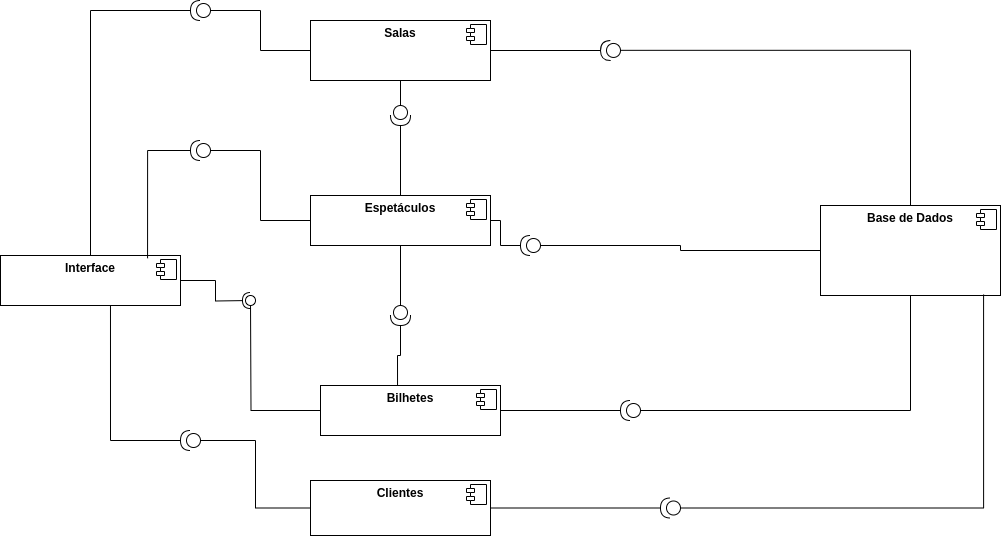
Above: UML_Componentes.drawio.png in leorsd/ESOF_UML (draw.io), before the change. Source tidied: cells renumbered, new cells last; positions are measured from the earlier drawing's top-left corner, leaving out a move shared by most shapes.
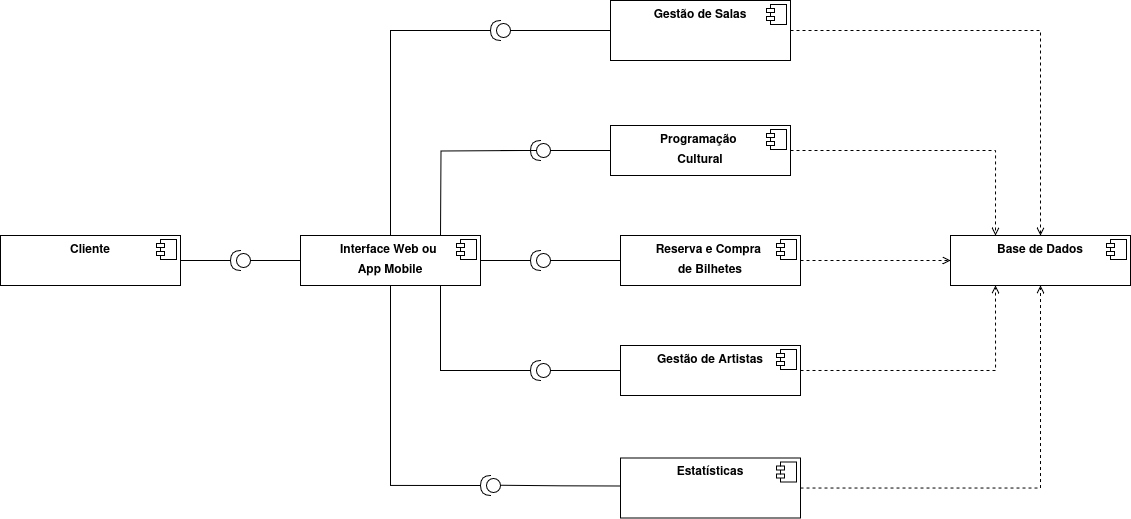
Above is the later version.

Change to the diagram source:
```diff
@@ -2,7 +2,7 @@
   <root>
     <mxCell id="0" />
     <mxCell id="1" parent="0" />
-    <mxCell id="2" value="&lt;p style=&quot;margin:0px;margin-top:6px;text-align:center;&quot;&gt;&lt;b&gt;Interface&lt;/b&gt;&lt;/p&gt;" style="align=left;overflow=fill;html=1;whiteSpace=wrap;" parent="1" vertex="1">
+    <mxCell id="2" value="&lt;p style=&quot;margin:0px;margin-top:6px;text-align:center;&quot;&gt;&lt;b&gt;Interface Web ou&amp;nbsp;&lt;/b&gt;&lt;/p&gt;&lt;p style=&quot;margin:0px;margin-top:6px;text-align:center;&quot;&gt;&lt;b&gt;App Mobile&lt;/b&gt;&lt;/p&gt;" style="align=left;overflow=fill;html=1;whiteSpace=wrap;" parent="1" vertex="1">
       <mxGeometry y="255" width="180" height="50" as="geometry" />
     </mxCell>
     <mxCell id="3" style="shape=component;jettyWidth=8;jettyHeight=4;" parent="2" vertex="1">
@@ -11,38 +11,39 @@
       </mxGeometry>
     </mxCell>
     <mxCell id="4" value="&lt;p style=&quot;margin:0px;margin-top:6px;text-align:center;&quot;&gt;&lt;b&gt;Base de Dados&lt;/b&gt;&lt;/p&gt;" style="align=left;overflow=fill;html=1;whiteSpace=wrap;" parent="1" vertex="1">
-      <mxGeometry x="820" y="205" width="180" height="90" as="geometry" />
+      <mxGeometry x="650" y="255" width="180" height="50" as="geometry" />
     </mxCell>
     <mxCell id="5" style="shape=component;jettyWidth=8;jettyHeight=4;" parent="4" vertex="1">
       <mxGeometry x="1" width="20" height="20" relative="1" as="geometry">
         <mxPoint x="-24" y="4" as="offset" />
       </mxGeometry>
     </mxCell>
+    <mxCell id="47" style="edgeStyle=orthogonalEdgeStyle;rounded=0;jettySize=auto;html=1;entryX=0;entryY=0.5;entryDx=0;entryDy=0;dashed=1;endArrow=open;endFill=0;" parent="1" edge="1" source="6" target="4">
+      <mxGeometry relative="1" as="geometry" />
+    </mxCell>
-    <mxCell id="6" value="&lt;p style=&quot;margin:0px;margin-top:6px;text-align:center;&quot;&gt;&lt;b&gt;Bilhetes&lt;/b&gt;&lt;/p&gt;" style="align=left;overflow=fill;html=1;whiteSpace=wrap;" parent="1" vertex="1">
-      <mxGeometry x="320" y="385" width="180" height="50" as="geometry" />
+    <mxCell id="6" value="&lt;p style=&quot;margin:0px;margin-top:6px;text-align:center;&quot;&gt;&lt;b&gt;Reserva e Compra&amp;nbsp;&lt;/b&gt;&lt;/p&gt;&lt;p style=&quot;margin:0px;margin-top:6px;text-align:center;&quot;&gt;&lt;b&gt;de Bilhetes&lt;/b&gt;&lt;/p&gt;" style="align=left;overflow=fill;html=1;whiteSpace=wrap;" parent="1" vertex="1">
+      <mxGeometry x="320" y="255" width="180" height="50" as="geometry" />
     </mxCell>
     <mxCell id="7" style="shape=component;jettyWidth=8;jettyHeight=4;" parent="6" vertex="1">
       <mxGeometry x="1" width="20" height="20" relative="1" as="geometry">
         <mxPoint x="-24" y="4" as="offset" />
       </mxGeometry>
     </mxCell>
-    <mxCell id="8" value="&lt;p style=&quot;margin:0px;margin-top:6px;text-align:center;&quot;&gt;&lt;b&gt;Clientes&lt;/b&gt;&lt;/p&gt;" style="align=left;overflow=fill;html=1;whiteSpace=wrap;" parent="1" vertex="1">
-      <mxGeometry x="310" y="480" width="180" height="55" as="geometry" />
-    </mxCell>
-    <mxCell id="9" style="shape=component;jettyWidth=8;jettyHeight=4;" parent="8" vertex="1">
-      <mxGeometry x="1" width="20" height="20" relative="1" as="geometry">
-        <mxPoint x="-24" y="4" as="offset" />
-      </mxGeometry>
-    </mxCell>
+    <mxCell id="48" style="edgeStyle=orthogonalEdgeStyle;rounded=0;jettySize=auto;html=1;entryX=0.25;entryY=0;entryDx=0;entryDy=0;dashed=1;endArrow=open;endFill=0;" parent="1" edge="1" source="10" target="4">
+      <mxGeometry relative="1" as="geometry" />
+    </mxCell>
-    <mxCell id="10" value="&lt;p style=&quot;margin:0px;margin-top:6px;text-align:center;&quot;&gt;&lt;b&gt;Espetáculos&lt;/b&gt;&lt;/p&gt;" style="align=left;overflow=fill;html=1;whiteSpace=wrap;" parent="1" vertex="1">
-      <mxGeometry x="310" y="195" width="180" height="50" as="geometry" />
+    <mxCell id="10" value="&lt;p style=&quot;margin:0px;margin-top:6px;text-align:center;&quot;&gt;&lt;b&gt;Programação&amp;nbsp;&lt;/b&gt;&lt;/p&gt;&lt;p style=&quot;margin:0px;margin-top:6px;text-align:center;&quot;&gt;&lt;b&gt;Cultural&lt;/b&gt;&lt;/p&gt;" style="align=left;overflow=fill;html=1;whiteSpace=wrap;" parent="1" vertex="1">
+      <mxGeometry x="310" y="145" width="180" height="50" as="geometry" />
     </mxCell>
     <mxCell id="11" style="shape=component;jettyWidth=8;jettyHeight=4;" parent="10" vertex="1">
       <mxGeometry x="1" width="20" height="20" relative="1" as="geometry">
         <mxPoint x="-24" y="4" as="offset" />
       </mxGeometry>
     </mxCell>
+    <mxCell id="49" style="edgeStyle=orthogonalEdgeStyle;rounded=0;jettySize=auto;html=1;entryX=0.5;entryY=0;entryDx=0;entryDy=0;dashed=1;endArrow=open;endFill=0;" parent="1" edge="1" source="12" target="4">
+      <mxGeometry relative="1" as="geometry" />
+    </mxCell>
-    <mxCell id="12" value="&lt;p style=&quot;margin:0px;margin-top:6px;text-align:center;&quot;&gt;&lt;b&gt;Salas&lt;/b&gt;&lt;/p&gt;" style="align=left;overflow=fill;html=1;whiteSpace=wrap;" parent="1" vertex="1">
+    <mxCell id="12" value="&lt;p style=&quot;margin:0px;margin-top:6px;text-align:center;&quot;&gt;&lt;b&gt;Gestão de Salas&lt;/b&gt;&lt;/p&gt;" style="align=left;overflow=fill;html=1;whiteSpace=wrap;" parent="1" vertex="1">
       <mxGeometry x="310" y="20" width="180" height="60" as="geometry" />
     </mxCell>
     <mxCell id="13" style="shape=component;jettyWidth=8;jettyHeight=4;" parent="12" vertex="1">
@@ -50,16 +51,6 @@
         <mxPoint x="-24" y="4" as="offset" />
       </mxGeometry>
     </mxCell>
-    <mxCell id="14" style="rounded=0;jettySize=auto;html=1;endArrow=halfCircle;endFill=0;endSize=6;strokeWidth=1;sketch=0;exitX=1;exitY=0.5;exitDx=0;exitDy=0;edgeStyle=orthogonalEdgeStyle;" parent="1" edge="1" source="2">
-      <mxGeometry relative="1" as="geometry">
-        <mxPoint x="250" y="300" as="targetPoint" />
-      </mxGeometry>
-    </mxCell>
-    <mxCell id="15" style="rounded=0;jettySize=auto;html=1;endArrow=oval;endFill=0;sketch=0;sourcePerimeterSpacing=0;targetPerimeterSpacing=0;endSize=10;edgeStyle=orthogonalEdgeStyle;" parent="1" edge="1" source="6">
-      <mxGeometry relative="1" as="geometry">
-        <mxPoint x="250" y="300" as="targetPoint" />
-      </mxGeometry>
-    </mxCell>
     <mxCell id="16" style="ellipse;whiteSpace=wrap;html=1;align=center;fillColor=none;strokeColor=none;perimeter=centerPerimeter;" parent="1" vertex="1">
       <mxGeometry x="300" y="335" width="10" height="10" as="geometry" />
     </mxCell>
@@ -69,89 +60,131 @@
     <mxCell id="18" style="ellipse;whiteSpace=wrap;html=1;align=center;fillColor=none;strokeColor=none;perimeter=centerPerimeter;" parent="1" vertex="1">
       <mxGeometry x="320" y="355" width="10" height="10" as="geometry" />
     </mxCell>
-    <mxCell id="19" style="ellipse;whiteSpace=wrap;html=1;align=center;fillColor=none;strokeColor=none;perimeter=centerPerimeter;" parent="1" vertex="1">
-      <mxGeometry x="270" y="420" width="10" height="10" as="geometry" />
-    </mxCell>
-    <mxCell id="20" style="edgeStyle=orthogonalEdgeStyle;rounded=0;jettySize=auto;html=1;endArrow=none;startFill=0;entryX=0;entryY=0.5;entryDx=0;entryDy=0;" parent="1" edge="1" source="21" target="8">
-      <mxGeometry relative="1" as="geometry" />
-    </mxCell>
-    <mxCell id="21" style="shape=providedRequiredInterface;html=1;verticalLabelPosition=bottom;sketch=0;rotation=-180;" parent="1" vertex="1">
-      <mxGeometry x="180" y="430" width="20" height="20" as="geometry" />
-    </mxCell>
-    <mxCell id="22" style="edgeStyle=orthogonalEdgeStyle;rounded=0;jettySize=auto;html=1;entryX=0.611;entryY=1;entryDx=0;entryDy=0;entryPerimeter=0;exitX=1;exitY=0.5;exitDx=0;exitDy=0;exitPerimeter=0;endArrow=none;startFill=0;" parent="1" edge="1" source="21" target="2">
-      <mxGeometry relative="1" as="geometry" />
+    <mxCell id="22" style="edgeStyle=orthogonalEdgeStyle;rounded=0;jettySize=auto;html=1;entryX=0.611;entryY=1;entryDx=0;entryDy=0;entryPerimeter=0;endArrow=none;startFill=0;exitX=1;exitY=0.5;exitDx=0;exitDy=0;exitPerimeter=0;" parent="1" edge="1" source="21">
+      <mxGeometry relative="1" as="geometry">
+        <mxPoint x="90" y="305" as="targetPoint" />
+        <Array as="points">
+          <mxPoint x="90" y="505" />
+        </Array>
+      </mxGeometry>
     </mxCell>
     <mxCell id="23" style="edgeStyle=orthogonalEdgeStyle;rounded=0;jettySize=auto;html=1;entryX=0;entryY=0.5;entryDx=0;entryDy=0;endArrow=none;startFill=0;" parent="1" edge="1" source="25" target="12">
       <mxGeometry relative="1" as="geometry" />
     </mxCell>
     <mxCell id="24" style="edgeStyle=orthogonalEdgeStyle;rounded=0;jettySize=auto;html=1;endArrow=none;startFill=0;" parent="1" edge="1" source="25" target="2">
-      <mxGeometry relative="1" as="geometry" />
+      <mxGeometry relative="1" as="geometry">
+        <Array as="points">
+          <mxPoint x="90" y="50" />
+        </Array>
+      </mxGeometry>
     </mxCell>
     <mxCell id="25" style="shape=providedRequiredInterface;html=1;verticalLabelPosition=bottom;sketch=0;rotation=-180;" parent="1" vertex="1">
-      <mxGeometry x="190" width="20" height="20" as="geometry" />
+      <mxGeometry x="190" y="40" width="20" height="20" as="geometry" />
     </mxCell>
-    <mxCell id="26" style="edgeStyle=orthogonalEdgeStyle;rounded=0;jettySize=auto;html=1;entryX=0;entryY=0.5;entryDx=0;entryDy=0;endArrow=none;startFill=0;" parent="1" edge="1" source="27" target="10">
-      <mxGeometry relative="1" as="geometry" />
+    <mxCell id="26" style="edgeStyle=orthogonalEdgeStyle;rounded=0;jettySize=auto;html=1;entryX=0;entryY=0.5;entryDx=0;entryDy=0;endArrow=none;startFill=0;" parent="1" edge="1" target="10">
+      <mxGeometry relative="1" as="geometry">
+        <mxPoint x="200" y="170" as="sourcePoint" />
+        <Array as="points">
+          <mxPoint x="200" y="170" />
+        </Array>
+      </mxGeometry>
     </mxCell>
     <mxCell id="27" style="shape=providedRequiredInterface;html=1;verticalLabelPosition=bottom;sketch=0;rotation=-180;" parent="1" vertex="1">
-      <mxGeometry x="190" y="140" width="20" height="20" as="geometry" />
+      <mxGeometry x="230" y="160" width="20" height="20" as="geometry" />
     </mxCell>
-    <mxCell id="28" style="edgeStyle=orthogonalEdgeStyle;rounded=0;jettySize=auto;html=1;exitX=1;exitY=0.5;exitDx=0;exitDy=0;exitPerimeter=0;entryX=0.817;entryY=0.056;entryDx=0;entryDy=0;entryPerimeter=0;endArrow=none;startFill=0;" parent="1" edge="1" source="27" target="2">
-      <mxGeometry relative="1" as="geometry" />
+    <mxCell id="28" style="edgeStyle=orthogonalEdgeStyle;rounded=0;orthogonalLoop=1;jettySize=auto;html=1;exitX=1;exitY=0.5;exitDx=0;exitDy=0;exitPerimeter=0;endArrow=none;startFill=0;" parent="1" edge="1">
+      <mxGeometry relative="1" as="geometry">
+        <mxPoint x="223" y="170" as="sourcePoint" />
+        <mxPoint x="140" y="255" as="targetPoint" />
+      </mxGeometry>
     </mxCell>
-    <mxCell id="29" style="edgeStyle=orthogonalEdgeStyle;rounded=0;jettySize=auto;html=1;endArrow=none;startFill=0;" parent="1" edge="1" source="31" target="12">
-      <mxGeometry relative="1" as="geometry" />
-    </mxCell>
-    <mxCell id="30" style="edgeStyle=orthogonalEdgeStyle;rounded=0;jettySize=auto;html=1;exitX=1;exitY=0.5;exitDx=0;exitDy=0;exitPerimeter=0;endArrow=none;startFill=0;" parent="1" edge="1" source="31" target="10">
-      <mxGeometry relative="1" as="geometry" />
-    </mxCell>
-    <mxCell id="31" style="shape=providedRequiredInterface;html=1;verticalLabelPosition=bottom;sketch=0;rotation=90;" parent="1" vertex="1">
-      <mxGeometry x="390" y="105" width="20" height="20" as="geometry" />
-    </mxCell>
-    <mxCell id="32" style="edgeStyle=orthogonalEdgeStyle;rounded=0;jettySize=auto;html=1;endArrow=none;startFill=0;" parent="1" edge="1" source="33" target="10">
-      <mxGeometry relative="1" as="geometry" />
-    </mxCell>
-    <mxCell id="33" style="shape=providedRequiredInterface;html=1;verticalLabelPosition=bottom;sketch=0;rotation=90;" parent="1" vertex="1">
-      <mxGeometry x="390" y="305" width="20" height="20" as="geometry" />
-    </mxCell>
-    <mxCell id="34" style="edgeStyle=orthogonalEdgeStyle;rounded=0;jettySize=auto;html=1;entryX=0.428;entryY=-0.011;entryDx=0;entryDy=0;entryPerimeter=0;endArrow=none;startFill=0;" parent="1" edge="1" source="33" target="6">
-      <mxGeometry relative="1" as="geometry" />
-    </mxCell>
-    <mxCell id="35" style="edgeStyle=orthogonalEdgeStyle;rounded=0;jettySize=auto;html=1;entryX=1;entryY=0.5;entryDx=0;entryDy=0;endArrow=none;startFill=0;" parent="1" edge="1" source="36" target="12">
-      <mxGeometry relative="1" as="geometry" />
-    </mxCell>
-    <mxCell id="36" style="shape=providedRequiredInterface;html=1;verticalLabelPosition=bottom;sketch=0;rotation=-181;" parent="1" vertex="1">
-      <mxGeometry x="600" y="40" width="20" height="20" as="geometry" />
-    </mxCell>
-    <mxCell id="37" style="edgeStyle=orthogonalEdgeStyle;rounded=0;jettySize=auto;html=1;entryX=0.5;entryY=0;entryDx=0;entryDy=0;endArrow=none;startFill=0;exitX=0;exitY=0.5;exitDx=0;exitDy=0;exitPerimeter=0;" parent="1" edge="1" source="36" target="4">
-      <mxGeometry relative="1" as="geometry" />
-    </mxCell>
-    <mxCell id="38" style="edgeStyle=orthogonalEdgeStyle;rounded=0;jettySize=auto;html=1;entryX=1;entryY=0.5;entryDx=0;entryDy=0;endArrow=none;startFill=0;" parent="1" edge="1" source="40" target="10">
-      <mxGeometry relative="1" as="geometry" />
-    </mxCell>
-    <mxCell id="39" style="edgeStyle=orthogonalEdgeStyle;rounded=0;jettySize=auto;html=1;entryX=0;entryY=0.5;entryDx=0;entryDy=0;endArrow=none;startFill=0;" parent="1" edge="1" source="40" target="4">
-      <mxGeometry relative="1" as="geometry" />
-    </mxCell>
-    <mxCell id="40" style="shape=providedRequiredInterface;html=1;verticalLabelPosition=bottom;sketch=0;rotation=-180;" parent="1" vertex="1">
-      <mxGeometry x="520" y="235" width="20" height="20" as="geometry" />
-    </mxCell>
-    <mxCell id="41" style="edgeStyle=orthogonalEdgeStyle;rounded=0;jettySize=auto;html=1;entryX=1;entryY=0.5;entryDx=0;entryDy=0;endArrow=none;startFill=0;" parent="1" edge="1" source="43" target="6">
-      <mxGeometry relative="1" as="geometry" />
-    </mxCell>
-    <mxCell id="42" style="edgeStyle=orthogonalEdgeStyle;rounded=0;jettySize=auto;html=1;entryX=0.5;entryY=1;entryDx=0;entryDy=0;endArrow=none;startFill=0;exitX=0;exitY=0.5;exitDx=0;exitDy=0;exitPerimeter=0;" parent="1" edge="1" source="43" target="4">
-      <mxGeometry relative="1" as="geometry" />
-    </mxCell>
-    <mxCell id="43" style="shape=providedRequiredInterface;html=1;verticalLabelPosition=bottom;sketch=0;rotation=-180;" parent="1" vertex="1">
-      <mxGeometry x="620" y="400" width="20" height="20" as="geometry" />
-    </mxCell>
-    <mxCell id="44" style="edgeStyle=orthogonalEdgeStyle;rounded=0;jettySize=auto;html=1;entryX=1;entryY=0.5;entryDx=0;entryDy=0;endArrow=none;startFill=0;" parent="1" edge="1" source="45" target="8">
-      <mxGeometry relative="1" as="geometry" />
-    </mxCell>
-    <mxCell id="45" style="shape=providedRequiredInterface;html=1;verticalLabelPosition=bottom;sketch=0;rotation=-180;" parent="1" vertex="1">
-      <mxGeometry x="660" y="497.5" width="20" height="20" as="geometry" />
-    </mxCell>
-    <mxCell id="46" style="edgeStyle=orthogonalEdgeStyle;rounded=0;jettySize=auto;html=1;entryX=0.906;entryY=0.989;entryDx=0;entryDy=0;entryPerimeter=0;exitX=0;exitY=0.5;exitDx=0;exitDy=0;exitPerimeter=0;endArrow=none;startFill=0;" parent="1" edge="1" source="45" target="4">
-      <mxGeometry relative="1" as="geometry" />
-    </mxCell>
+    <mxCell id="50" style="edgeStyle=orthogonalEdgeStyle;rounded=0;jettySize=auto;html=1;entryX=0.25;entryY=1;entryDx=0;entryDy=0;dashed=1;endArrow=open;endFill=0;" parent="1" edge="1" source="51" target="4">
+      <mxGeometry relative="1" as="geometry" />
+    </mxCell>
+    <mxCell id="51" value="&lt;p style=&quot;margin:0px;margin-top:6px;text-align:center;&quot;&gt;&lt;b&gt;Gestão de Artistas &lt;br&gt;&lt;/b&gt;&lt;/p&gt;" style="align=left;overflow=fill;html=1;whiteSpace=wrap;" parent="1" vertex="1">
+      <mxGeometry x="320" y="365" width="180" height="50" as="geometry" />
+    </mxCell>
+    <mxCell id="52" style="shape=component;jettyWidth=8;jettyHeight=4;" parent="51" vertex="1">
+      <mxGeometry x="1" width="20" height="20" relative="1" as="geometry">
+        <mxPoint x="-24" y="4" as="offset" />
+      </mxGeometry>
+    </mxCell>
+    <mxCell id="53" style="edgeStyle=orthogonalEdgeStyle;rounded=0;jettySize=auto;html=1;entryX=0.5;entryY=1;entryDx=0;entryDy=0;dashed=1;endArrow=open;endFill=0;" parent="1" edge="1" source="54" target="4">
+      <mxGeometry relative="1" as="geometry" />
+    </mxCell>
+    <mxCell id="54" value="&lt;p style=&quot;margin:0px;margin-top:6px;text-align:center;&quot;&gt;&lt;b&gt;Estatísticas&lt;/b&gt;&lt;/p&gt;" style="align=left;overflow=fill;html=1;whiteSpace=wrap;" parent="1" vertex="1">
+      <mxGeometry x="320" y="477.5" width="180" height="60" as="geometry" />
+    </mxCell>
+    <mxCell id="55" style="shape=component;jettyWidth=8;jettyHeight=4;" parent="54" vertex="1">
+      <mxGeometry x="1" width="20" height="20" relative="1" as="geometry">
+        <mxPoint x="-24" y="4" as="offset" />
+      </mxGeometry>
+    </mxCell>
+    <mxCell id="56" value="&lt;p style=&quot;margin:0px;margin-top:6px;text-align:center;&quot;&gt;&lt;b&gt;Cliente&lt;/b&gt;&lt;/p&gt;" style="align=left;overflow=fill;html=1;whiteSpace=wrap;" parent="1" vertex="1">
+      <mxGeometry x="-300" y="255" width="180" height="50" as="geometry" />
+    </mxCell>
+    <mxCell id="57" style="shape=component;jettyWidth=8;jettyHeight=4;" parent="56" vertex="1">
+      <mxGeometry x="1" width="20" height="20" relative="1" as="geometry">
+        <mxPoint x="-24" y="4" as="offset" />
+      </mxGeometry>
+    </mxCell>
+    <mxCell id="58" style="group;" parent="1" vertex="1">
+      <mxGeometry x="180" y="485" width="100" height="30" as="geometry" />
+    </mxCell>
+    <mxCell id="19" style="ellipse;whiteSpace=wrap;html=1;align=center;fillColor=none;strokeColor=none;perimeter=centerPerimeter;" parent="58" vertex="1">
+      <mxGeometry x="90" width="10" height="10" as="geometry" />
+    </mxCell>
+    <mxCell id="20" style="edgeStyle=orthogonalEdgeStyle;rounded=0;jettySize=auto;html=1;endArrow=none;startFill=0;entryX=0;entryY=0.469;entryDx=0;entryDy=0;entryPerimeter=0;" parent="58" edge="1" target="54">
+      <mxGeometry relative="1" as="geometry">
+        <mxPoint x="20" y="19.9" as="sourcePoint" />
+      </mxGeometry>
+    </mxCell>
+    <mxCell id="21" style="shape=providedRequiredInterface;html=1;verticalLabelPosition=bottom;sketch=0;rotation=-180;" parent="58" vertex="1">
+      <mxGeometry y="10" width="20" height="20" as="geometry" />
+    </mxCell>
+    <mxCell id="59" style="edgeStyle=orthogonalEdgeStyle;rounded=0;jettySize=auto;html=1;endArrow=none;startFill=0;" parent="1" edge="1" source="60" target="51">
+      <mxGeometry relative="1" as="geometry" />
+    </mxCell>
+    <mxCell id="60" style="shape=providedRequiredInterface;html=1;verticalLabelPosition=bottom;sketch=0;rotation=-180;" parent="1" vertex="1">
+      <mxGeometry x="230" y="380" width="20" height="20" as="geometry" />
+    </mxCell>
+    <mxCell id="61" style="edgeStyle=orthogonalEdgeStyle;rounded=0;jettySize=auto;html=1;endArrow=none;startFill=0;entryX=1;entryY=0.5;entryDx=0;entryDy=0;entryPerimeter=0;" parent="1" edge="1" target="60">
+      <mxGeometry relative="1" as="geometry">
+        <mxPoint x="140" y="305" as="sourcePoint" />
+        <Array as="points">
+          <mxPoint x="140" y="390" />
+        </Array>
+      </mxGeometry>
+    </mxCell>
+    <mxCell id="62" style="group;" parent="1" vertex="1">
+      <mxGeometry x="230" y="270" width="20" height="20" as="geometry" />
+    </mxCell>
+    <mxCell id="63" style="edgeStyle=orthogonalEdgeStyle;rounded=0;jettySize=auto;html=1;endArrow=none;startFill=0;" parent="62" edge="1" source="2" target="65">
+      <mxGeometry relative="1" as="geometry" />
+    </mxCell>
+    <mxCell id="64" style="edgeStyle=orthogonalEdgeStyle;rounded=0;jettySize=auto;html=1;endArrow=none;startFill=0;" parent="62" edge="1" source="65" target="6">
+      <mxGeometry relative="1" as="geometry" />
+    </mxCell>
+    <mxCell id="65" style="shape=providedRequiredInterface;html=1;verticalLabelPosition=bottom;sketch=0;rotation=-180;" parent="62" vertex="1">
+      <mxGeometry width="20" height="20" as="geometry" />
+    </mxCell>
+    <mxCell id="66" style="group;" parent="1" vertex="1">
+      <mxGeometry x="-70" y="270" width="20" height="20" as="geometry" />
+    </mxCell>
+    <mxCell id="67" style="edgeStyle=orthogonalEdgeStyle;rounded=0;jettySize=auto;html=1;endArrow=none;startFill=0;" parent="66" edge="1" target="69">
+      <mxGeometry relative="1" as="geometry" />
+    </mxCell>
+    <mxCell id="68" style="edgeStyle=orthogonalEdgeStyle;rounded=0;jettySize=auto;html=1;endArrow=none;startFill=0;" parent="66" edge="1" source="69">
+      <mxGeometry relative="1" as="geometry" />
+    </mxCell>
+    <mxCell id="69" style="shape=providedRequiredInterface;html=1;verticalLabelPosition=bottom;sketch=0;rotation=-180;" parent="66" vertex="1">
+      <mxGeometry width="20" height="20" as="geometry" />
+    </mxCell>
+    <mxCell id="70" style="edgeStyle=orthogonalEdgeStyle;rounded=0;jettySize=auto;html=1;endArrow=none;startFill=0;" parent="1" edge="1" source="69" target="2">
+      <mxGeometry relative="1" as="geometry" />
+    </mxCell>
+    <mxCell id="71" style="edgeStyle=orthogonalEdgeStyle;rounded=0;jettySize=auto;html=1;entryX=1;entryY=0.5;entryDx=0;entryDy=0;endArrow=none;startFill=0;" parent="1" edge="1" source="69" target="56">
+      <mxGeometry relative="1" as="geometry" />
+    </mxCell>
   </root>
 </mxGraphModel>
```
